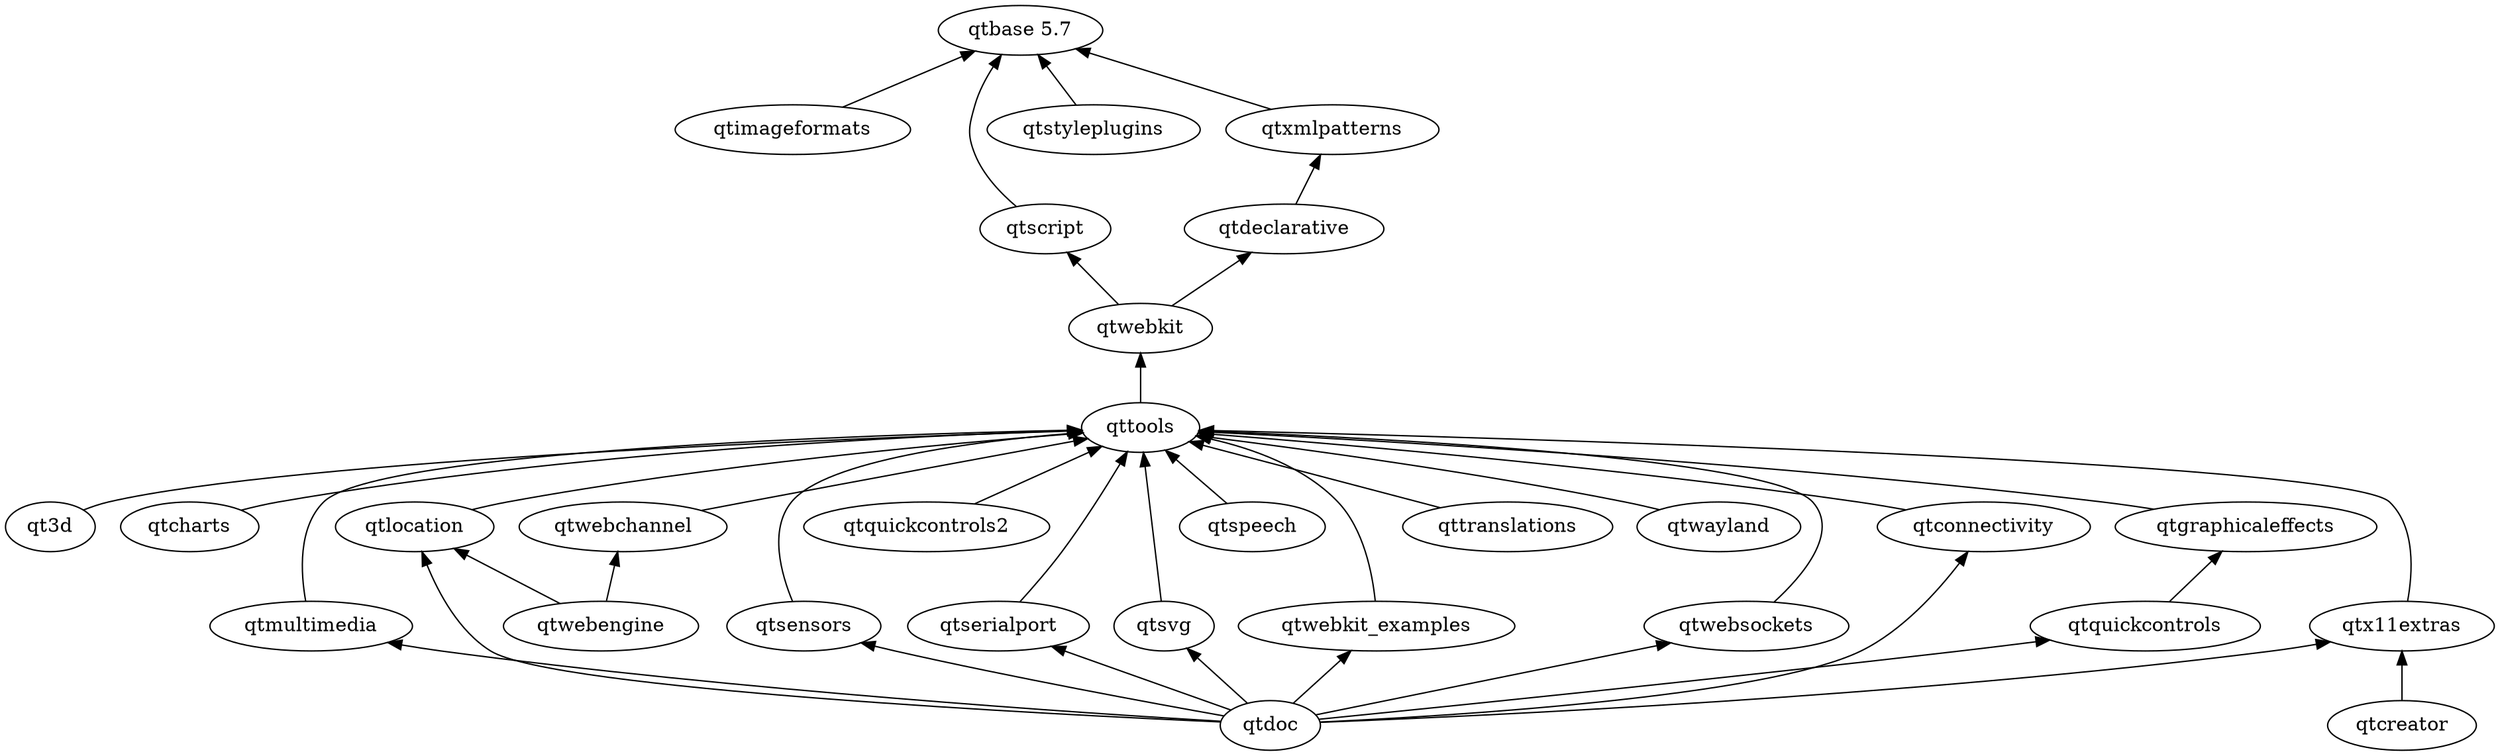
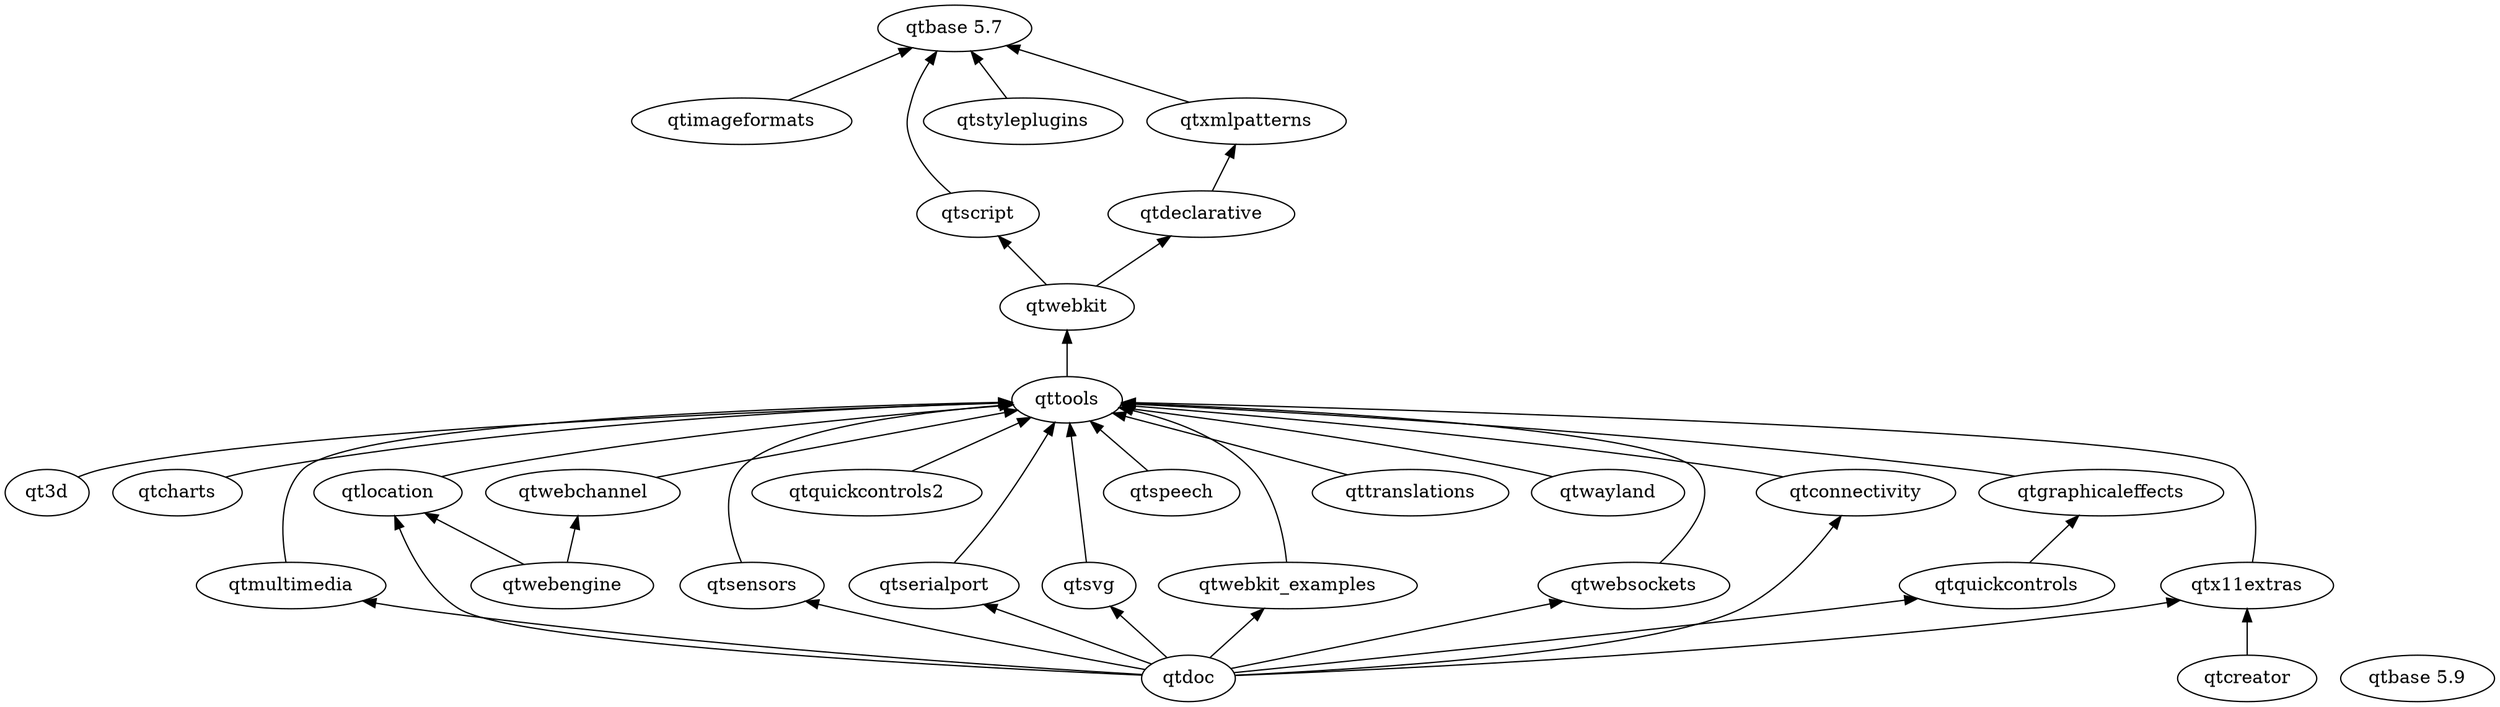
digraph qt5 {
  graph [
    rankdir = "BT"
  ]

  qt3d
-   "qtbase 5.7"
+   "qtbase 5.9"
  qtcharts
  qtconnectivity
  qtcreator
  qtdeclarative
  qtdoc
  qtgraphicaleffects
  qtimageformats
  qtlocation
  qtmultimedia
  qtquickcontrols
  qtquickcontrols2
  qtscript
  qtsensors
  qtserialport
  qtspeech
  qtstyleplugins
  qtsvg
  qttools
  qttranslations
  qtwayland
  qtwebchannel
  qtwebengine
  qtwebkit
  qtwebkit_examples
  qtwebsockets
  qtx11extras
  qtxmlpatterns

  qt3d -> qttools
  qtcharts -> qttools
  qtconnectivity -> qttools
  qtcreator -> qtx11extras
  qtdeclarative -> qtxmlpatterns
  qtdoc -> qtconnectivity
  qtdoc -> qtlocation
  qtdoc -> qtmultimedia
  qtdoc -> qtquickcontrols
  qtdoc -> qtsensors
  qtdoc -> qtserialport
  qtdoc -> qtsvg
  qtdoc -> qtwebkit_examples
  qtdoc -> qtwebsockets
  qtdoc -> qtx11extras
  qtgraphicaleffects -> qttools
  qtimageformats -> "qtbase 5.7"
  qtlocation -> qttools
  qtmultimedia -> qttools
  qtquickcontrols -> qtgraphicaleffects
  qtquickcontrols2 -> qttools
  qtscript -> "qtbase 5.7"
  qtsensors -> qttools
  qtserialport -> qttools
  qtspeech -> qttools
  qtstyleplugins -> "qtbase 5.7"
  qtsvg -> qttools
  qttools -> qtwebkit
  qttranslations -> qttools
  qtwayland -> qttools
  qtwebchannel -> qttools
  qtwebengine -> qtlocation
  qtwebengine -> qtwebchannel
  qtwebkit -> qtdeclarative
  qtwebkit -> qtscript
  qtwebkit_examples -> qttools
  qtwebsockets -> qttools
  qtx11extras -> qttools
  qtxmlpatterns -> "qtbase 5.7"
}
